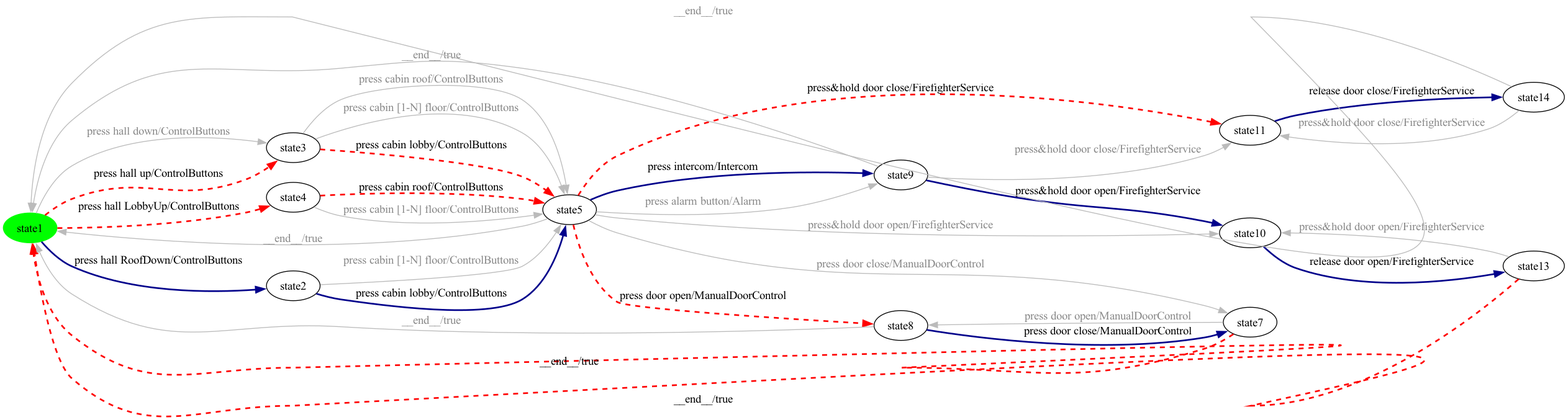
The Graphviz diagram milestone-reports/per-product-all-states/Elevator/Elevator-product11-walk.png in dilekozturk93/vibes, before a commit. Its source is kept beside it as milestone-reports/per-product-all-states/Elevator/Elevator-product11-walk.dot.
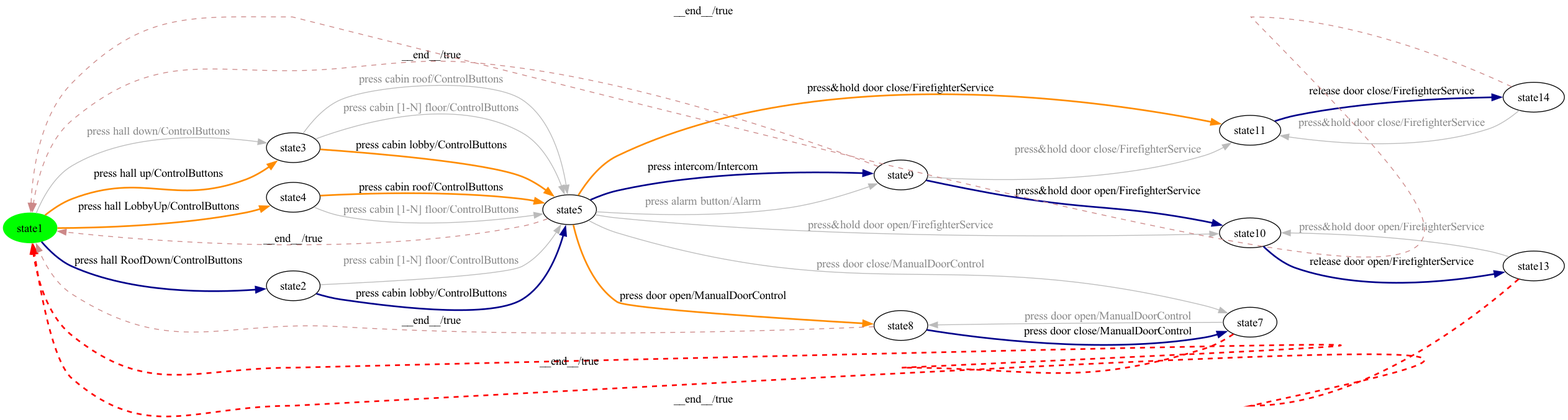
After the change.

The edit, as a diff of the source:
```diff
@@ -15,32 +15,32 @@
 state2 -> state0 [ label=" __end__/true ", style=dashed, color=red, penwidth=2 ];
 state0 -> state8 [ label=" press hall RoofDown/ControlButtons ", style=bold, color=darkblue, penwidth=2 ];
 state3 -> state1 [ label=" press intercom/Intercom ", style=bold, color=darkblue, penwidth=2 ];
-state9 -> state3 [ label=" press cabin roof/ControlButtons ", style=dashed, color=red, penwidth=2 ];
+state9 -> state3 [ label=" press cabin roof/ControlButtons ", style=bold, color=darkorange, penwidth=2 ];
 state2 -> state7 [ label=" press&hold door open/FirefighterService ", color="#bbbbbb", fontcolor="#888888" ];
 state3 -> state1 [ label=" press alarm button/Alarm ", color="#bbbbbb", fontcolor="#888888" ];
 state9 -> state3 [ label=" press cabin [1-N] floor/ControlButtons ", color="#bbbbbb", fontcolor="#888888" ];
-state11 -> state0 [ label=" __end__/true ", color="#bbbbbb", fontcolor="#888888" ];
+state11 -> state0 [ label=" __end__/true ", style=dashed, color="#cc8888" ];
 state11 -> state4 [ label=" press&hold door close/FirefighterService ", color="#bbbbbb", fontcolor="#888888" ];
 state1 -> state7 [ label=" press&hold door open/FirefighterService ", style=bold, color=darkblue, penwidth=2 ];
-state3 -> state5 [ label=" press door open/ManualDoorControl ", style=dashed, color=red, penwidth=2 ];
+state3 -> state5 [ label=" press door open/ManualDoorControl ", style=bold, color=darkorange, penwidth=2 ];
 state3 -> state6 [ label=" press door close/ManualDoorControl ", color="#bbbbbb", fontcolor="#888888" ];
 state3 -> state7 [ label=" press&hold door open/FirefighterService ", color="#bbbbbb", fontcolor="#888888" ];
 state6 -> state0 [ label=" __end__/true ", style=dashed, color=red, penwidth=2 ];
 state8 -> state3 [ label=" press cabin lobby/ControlButtons ", style=bold, color=darkblue, penwidth=2 ];
 state10 -> state3 [ label=" press cabin [1-N] floor/ControlButtons ", color="#bbbbbb", fontcolor="#888888" ];
 state1 -> state4 [ label=" press&hold door close/FirefighterService ", color="#bbbbbb", fontcolor="#888888" ];
-state1 -> state0 [ label=" __end__/true ", color="#bbbbbb", fontcolor="#888888" ];
-state0 -> state10 [ label=" press hall up/ControlButtons ", style=dashed, color=red, penwidth=2 ];
+state1 -> state0 [ label=" __end__/true ", style=dashed, color="#cc8888" ];
+state0 -> state10 [ label=" press hall up/ControlButtons ", style=bold, color=darkorange, penwidth=2 ];
 state7 -> state2 [ label=" release door open/FirefighterService ", style=bold, color=darkblue, penwidth=2 ];
 state5 -> state6 [ label=" press door close/ManualDoorControl ", style=bold, color=darkblue, penwidth=2 ];
 state8 -> state3 [ label=" press cabin [1-N] floor/ControlButtons ", color="#bbbbbb", fontcolor="#888888" ];
 state4 -> state11 [ label=" release door close/FirefighterService ", style=bold, color=darkblue, penwidth=2 ];
-state5 -> state0 [ label=" __end__/true ", color="#bbbbbb", fontcolor="#888888" ];
-state10 -> state3 [ label=" press cabin lobby/ControlButtons ", style=dashed, color=red, penwidth=2 ];
+state5 -> state0 [ label=" __end__/true ", style=dashed, color="#cc8888" ];
+state10 -> state3 [ label=" press cabin lobby/ControlButtons ", style=bold, color=darkorange, penwidth=2 ];
 state10 -> state3 [ label=" press cabin roof/ControlButtons ", color="#bbbbbb", fontcolor="#888888" ];
 state6 -> state5 [ label=" press door open/ManualDoorControl ", color="#bbbbbb", fontcolor="#888888" ];
 state0 -> state10 [ label=" press hall down/ControlButtons ", color="#bbbbbb", fontcolor="#888888" ];
-state0 -> state9 [ label=" press hall LobbyUp/ControlButtons ", style=dashed, color=red, penwidth=2 ];
-state3 -> state4 [ label=" press&hold door close/FirefighterService ", style=dashed, color=red, penwidth=2 ];
-state3 -> state0 [ label=" __end__/true ", color="#bbbbbb", fontcolor="#888888" ];
+state0 -> state9 [ label=" press hall LobbyUp/ControlButtons ", style=bold, color=darkorange, penwidth=2 ];
+state3 -> state4 [ label=" press&hold door close/FirefighterService ", style=bold, color=darkorange, penwidth=2 ];
+state3 -> state0 [ label=" __end__/true ", style=dashed, color="#cc8888" ];
 }
```
